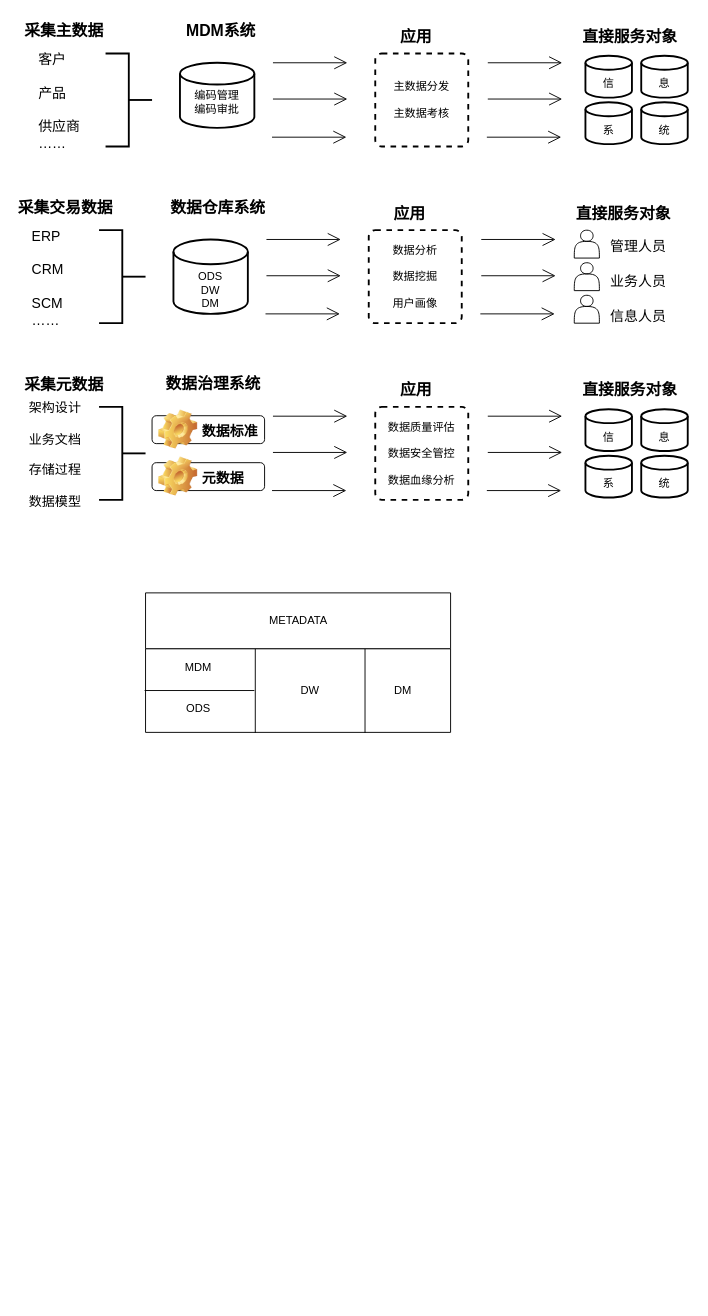
Before: 数据治理.drawio in aubao/aubao, a draw.io diagram. Source tidied: cells renumbered, new cells numbered last; positions are measured from the earlier drawing's top-left corner, leaving out a move shared by most shapes. Both pictures are drawn from the tidied source at 93%, with x=0, y=0 at pixel (16, 16).
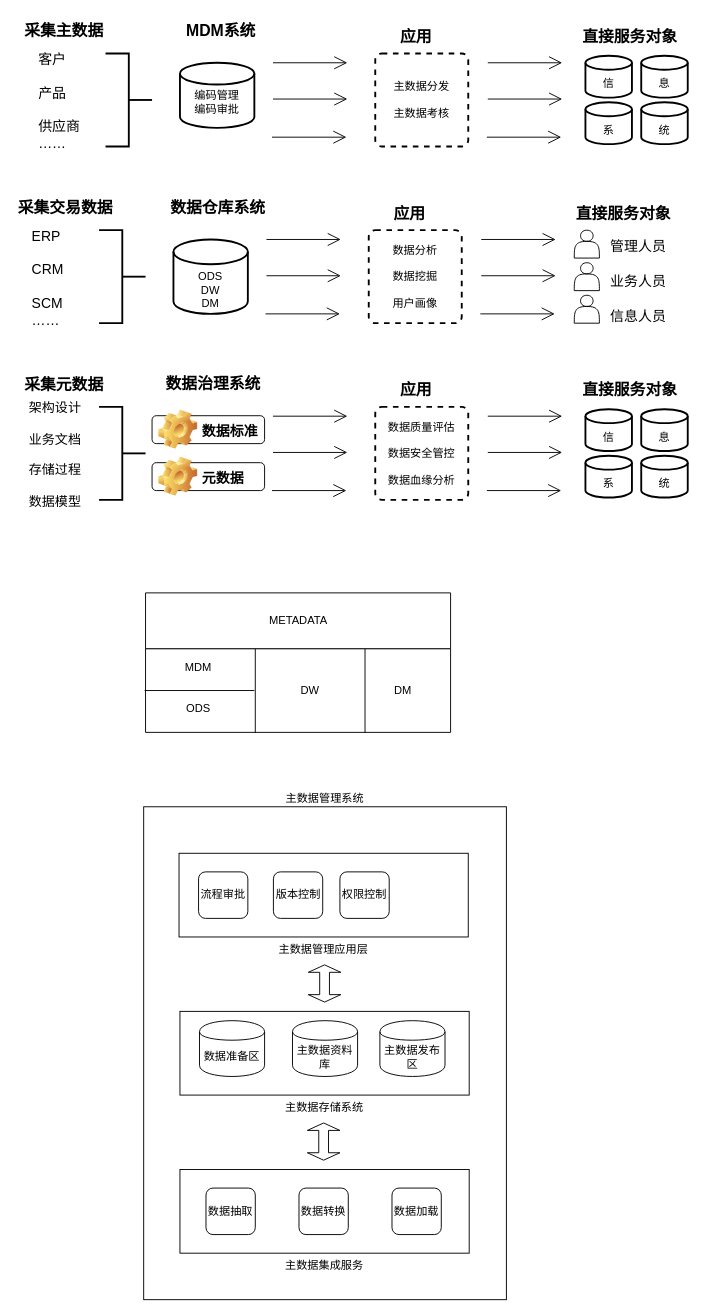
After the change.

Commit message:
更新数据治理.drawio

The edit, as a diff of the source:
```diff
@@
+    <mxCell id="67" value="主数据管理系统" style="rounded=0;whiteSpace=wrap;html=1;labelPosition=center;verticalLabelPosition=top;align=center;verticalAlign=bottom;" parent="1" vertex="1">
+      <mxGeometry x="137" y="850" width="390" height="530" as="geometry" />
+    </mxCell>
@@
+    <mxCell id="68" value="主数据管理应用层" style="rounded=0;whiteSpace=wrap;html=1;labelPosition=center;verticalLabelPosition=bottom;align=center;verticalAlign=top;" parent="1" vertex="1">
+      <mxGeometry x="175" y="900" width="311" height="90" as="geometry" />
+    </mxCell>
+    <mxCell id="69" value="主数据存储系统" style="rounded=0;whiteSpace=wrap;html=1;labelPosition=center;verticalLabelPosition=bottom;align=center;verticalAlign=top;" parent="1" vertex="1">
+      <mxGeometry x="176" y="1070" width="311" height="90" as="geometry" />
+    </mxCell>
+    <mxCell id="70" value="主数据集成服务" style="rounded=0;whiteSpace=wrap;html=1;labelPosition=center;verticalLabelPosition=bottom;align=center;verticalAlign=top;" parent="1" vertex="1">
+      <mxGeometry x="176" y="1240" width="311" height="90" as="geometry" />
+    </mxCell>
+    <mxCell id="71" style="shape=doubleArrow;direction=south;whiteSpace=wrap;html=1;" parent="1" vertex="1">
+      <mxGeometry x="313" y="1190" width="35" height="40" as="geometry" />
+    </mxCell>
+    <mxCell id="72" style="shape=doubleArrow;direction=south;whiteSpace=wrap;html=1;" parent="1" vertex="1">
+      <mxGeometry x="314" y="1020" width="35" height="40" as="geometry" />
+    </mxCell>
+    <mxCell id="73" value="数据准备区" style="shape=cylinder;whiteSpace=wrap;html=1;boundedLbl=1;backgroundOutline=1;" parent="1" vertex="1">
+      <mxGeometry x="197" y="1080" width="70" height="60" as="geometry" />
+    </mxCell>
+    <mxCell id="74" value="主数据资料库" style="shape=cylinder;whiteSpace=wrap;html=1;boundedLbl=1;backgroundOutline=1;" parent="1" vertex="1">
+      <mxGeometry x="297" y="1080" width="70" height="60" as="geometry" />
+    </mxCell>
+    <mxCell id="75" value="主数据发布区" style="shape=cylinder;whiteSpace=wrap;html=1;boundedLbl=1;backgroundOutline=1;" parent="1" vertex="1">
+      <mxGeometry x="391" y="1080" width="70" height="60" as="geometry" />
+    </mxCell>
+    <mxCell id="76" value="数据抽取" style="rounded=1;whiteSpace=wrap;html=1;" parent="1" vertex="1">
+      <mxGeometry x="204" y="1260" width="53" height="50" as="geometry" />
+    </mxCell>
+    <mxCell id="77" value="数据转换" style="rounded=1;whiteSpace=wrap;html=1;" parent="1" vertex="1">
+      <mxGeometry x="304" y="1260" width="53" height="50" as="geometry" />
+    </mxCell>
+    <mxCell id="78" value="数据加载" style="rounded=1;whiteSpace=wrap;html=1;" parent="1" vertex="1">
+      <mxGeometry x="404" y="1260" width="53" height="50" as="geometry" />
+    </mxCell>
+    <mxCell id="79" value="流程审批" style="rounded=1;whiteSpace=wrap;html=1;" parent="1" vertex="1">
+      <mxGeometry x="196" y="920" width="53" height="50" as="geometry" />
+    </mxCell>
+    <mxCell id="80" value="版本控制" style="rounded=1;whiteSpace=wrap;html=1;" parent="1" vertex="1">
+      <mxGeometry x="276.5" y="920" width="53" height="50" as="geometry" />
+    </mxCell>
+    <mxCell id="81" value="权限控制" style="rounded=1;whiteSpace=wrap;html=1;" parent="1" vertex="1">
+      <mxGeometry x="348" y="920" width="53" height="50" as="geometry" />
+    </mxCell>
```
